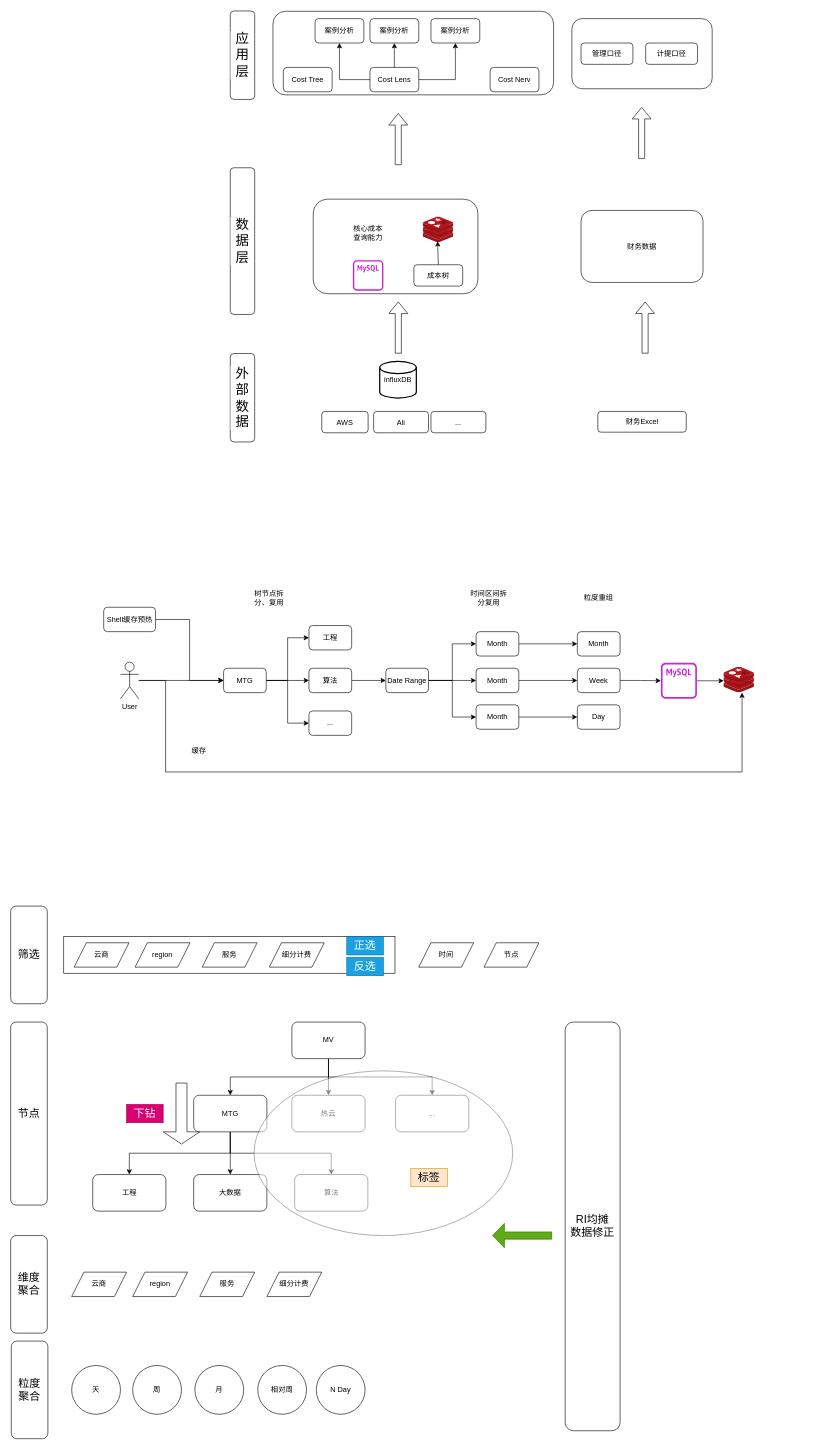
Before: finops.drawio in bzk1994/draw.io, a draw.io diagram. Source tidied: cells renumbered, new cells numbered last; positions are measured from the earlier drawing's top-left corner, leaving out a move shared by most shapes. Both pictures are drawn from the tidied source at 61%, with x=0, y=0 at pixel (10, 10).
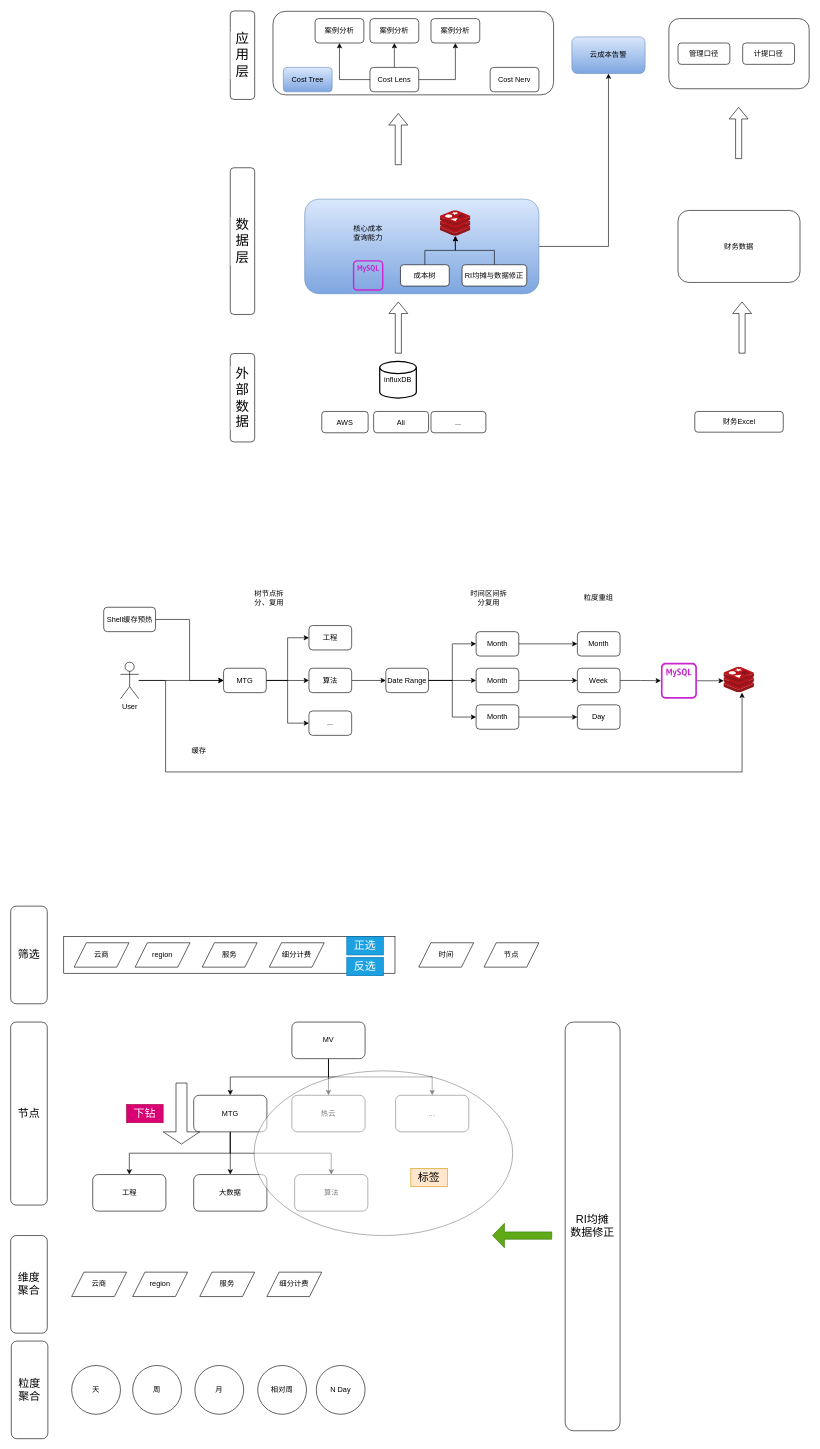
The same page after the edit.

Diff of the diagram source:
```diff
@@
+    <mxCell id="109" style="edgeStyle=orthogonalEdgeStyle;rounded=0;jettySize=auto;html=1;entryX=0.5;entryY=1;entryDx=0;entryDy=0;" parent="1" edge="1" source="7" target="110">
+      <mxGeometry relative="1" as="geometry" />
+    </mxCell>
-    <mxCell id="7" style="rounded=1;whiteSpace=wrap;html=1;" parent="1" vertex="1">
-      <mxGeometry x="496" y="309" width="270" height="155" as="geometry" />
+    <mxCell id="7" style="rounded=1;whiteSpace=wrap;html=1;fillColor=#dae8fc;gradientColor=#7ea6e0;strokeColor=#6c8ebf;" parent="1" vertex="1">
+      <mxGeometry x="482" y="309" width="384" height="155" as="geometry" />
     </mxCell>
     <mxCell id="8" style="image;sketch=0;html=1;points=[];align=center;fontSize=12;image=img/lib/mscae/Cache_Redis_Product.svg;" parent="1" vertex="1">
-      <mxGeometry x="676" y="338" width="50" height="42" as="geometry" />
+      <mxGeometry x="704" y="327.5" width="50" height="42" as="geometry" />
     </mxCell>
@@
+    <mxCell id="11" style="edgeStyle=orthogonalEdgeStyle;rounded=0;jettySize=auto;html=1;" parent="1" edge="1" source="10" target="8">
+      <mxGeometry relative="1" as="geometry" />
+    </mxCell>
     <mxCell id="10" value="成本树" style="rounded=1;whiteSpace=wrap;html=1;" parent="1" vertex="1">
-      <mxGeometry x="661" y="416.5" width="80" height="35" as="geometry" />
+      <mxGeometry x="639" y="416.5" width="80" height="35" as="geometry" />
     </mxCell>
-    <mxCell id="11" style="endArrow=classic;html=1;rounded=0;exitX=0.5;exitY=0;exitDx=0;exitDy=0;entryX=0.48;entryY=0.952;entryDx=0;entryDy=0;entryPerimeter=0;" parent="1" edge="1" source="10" target="8">
-      <mxGeometry relative="1" as="geometry" />
-    </mxCell>
@@
-    <mxCell id="15" value="Cost Tree" style="rounded=1;whiteSpace=wrap;html=1;" parent="1" vertex="1">
+    <mxCell id="15" value="Cost Tree" style="rounded=1;whiteSpace=wrap;html=1;fillColor=#dae8fc;gradientColor=#7ea6e0;strokeColor=#6c8ebf;" parent="1" vertex="1">
       <mxGeometry x="447" y="93" width="80" height="40" as="geometry" />
     </mxCell>
@@
     <mxCell id="24" value="财务Excel" style="rounded=1;whiteSpace=wrap;html=1;" parent="1" vertex="1">
-      <mxGeometry x="962.5" y="657" width="145" height="34" as="geometry" />
+      <mxGeometry x="1121.5" y="657" width="145" height="34" as="geometry" />
     </mxCell>
     <mxCell id="25" value="财务数据" style="rounded=1;whiteSpace=wrap;html=1;" parent="1" vertex="1">
-      <mxGeometry x="935" y="327.5" width="200" height="118" as="geometry" />
+      <mxGeometry x="1094" y="327.5" width="200" height="118" as="geometry" />
     </mxCell>
     <mxCell id="26" style="shape=flexArrow;endArrow=classic;html=1;rounded=0;" parent="1" edge="1">
       <mxGeometry relative="1" as="geometry">
-        <mxPoint x="1040" y="562" as="sourcePoint" />
-        <mxPoint x="1040" y="477" as="targetPoint" />
+        <mxPoint x="1199" y="562" as="sourcePoint" />
+        <mxPoint x="1199" y="477" as="targetPoint" />
       </mxGeometry>
     </mxCell>
     <mxCell id="27" style="rounded=1;whiteSpace=wrap;html=1;" parent="1" vertex="1">
-      <mxGeometry x="920" y="13" width="230" height="115" as="geometry" />
+      <mxGeometry x="1079" y="13" width="230" height="115" as="geometry" />
     </mxCell>
@@
     <mxCell id="29" style="shape=flexArrow;endArrow=classic;html=1;rounded=0;" parent="1" edge="1">
       <mxGeometry relative="1" as="geometry">
-        <mxPoint x="1034.4" y="243" as="sourcePoint" />
-        <mxPoint x="1034.4" y="158" as="targetPoint" />
+        <mxPoint x="1193.4" y="243" as="sourcePoint" />
+        <mxPoint x="1193.4" y="158" as="targetPoint" />
       </mxGeometry>
     </mxCell>
     <mxCell id="30" value="管理口径" style="rounded=1;whiteSpace=wrap;html=1;" parent="1" vertex="1">
-      <mxGeometry x="935" y="53" width="85" height="35" as="geometry" />
+      <mxGeometry x="1094" y="53" width="85" height="35" as="geometry" />
     </mxCell>
     <mxCell id="31" value="计提口径" style="rounded=1;whiteSpace=wrap;html=1;" parent="1" vertex="1">
-      <mxGeometry x="1041" y="53" width="85" height="35" as="geometry" />
+      <mxGeometry x="1200" y="53" width="85" height="35" as="geometry" />
     </mxCell>
@@
+    <mxCell id="110" value="云成本告警" style="rounded=1;whiteSpace=wrap;html=1;fillColor=#dae8fc;gradientColor=#7ea6e0;strokeColor=#6c8ebf;" parent="1" vertex="1">
+      <mxGeometry x="920" y="43" width="120" height="60" as="geometry" />
+    </mxCell>
+    <mxCell id="111" style="edgeStyle=orthogonalEdgeStyle;rounded=0;jettySize=auto;html=1;" parent="1" edge="1" source="112" target="8">
+      <mxGeometry relative="1" as="geometry" />
+    </mxCell>
+    <mxCell id="112" value="RI均摊与数据修正" style="rounded=1;whiteSpace=wrap;html=1;" parent="1" vertex="1">
+      <mxGeometry x="740" y="416.5" width="106" height="35" as="geometry" />
+    </mxCell>
```
